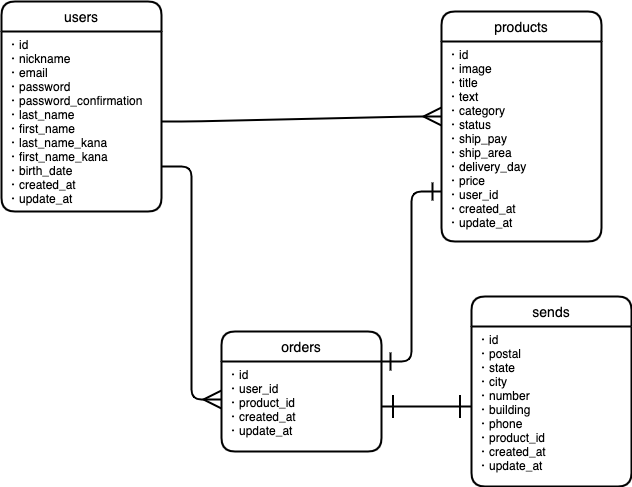
Earlier version of the draw.io export ER.dio.png (hatanotakahiro/furima-35279). Source tidied: cells renumbered, new cells last; positions are measured from the earlier drawing's top-left corner, leaving out a move shared by most shapes.
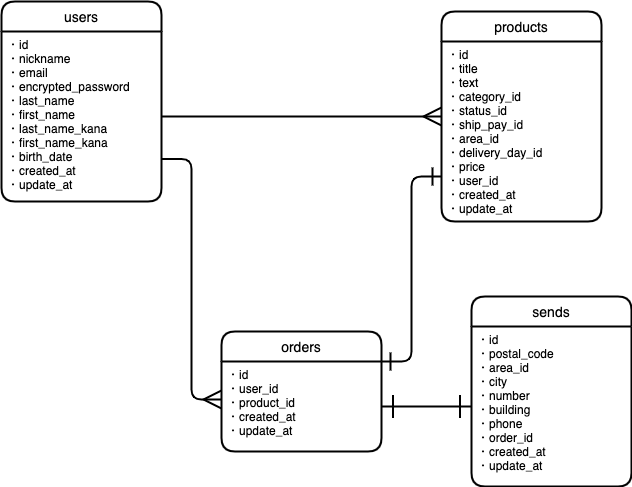
The same diagram one commit later.

What changed in the source:
```diff
@@ -3,10 +3,10 @@
     <mxCell id="0" />
     <mxCell id="1" parent="0" />
     <mxCell id="2" value="users" style="swimlane;horizontal=1;startSize=30;rounded=1;fontSize=14;fontStyle=0;strokeWidth=2;shadow=0;dashed=0;align=center;" parent="1" vertex="1">
-      <mxGeometry width="160" height="210" as="geometry" />
+      <mxGeometry width="160" height="200" as="geometry" />
     </mxCell>
-    <mxCell id="3" value="・id&#10;・nickname&#10;・email&#10;・password&#10;・password_confirmation&#10;・last_name&#10;・first_name&#10;・last_name_kana&#10;・first_name_kana&#10;・birth_date&#10;・created_at&#10;・update_at" style="align=left;strokeColor=none;fillColor=none;spacingLeft=4;fontSize=12;verticalAlign=top;" parent="2" vertex="1">
-      <mxGeometry y="30" width="160" height="180" as="geometry" />
+    <mxCell id="3" value="・id&#10;・nickname&#10;・email&#10;・encrypted_password&#10;・last_name&#10;・first_name&#10;・last_name_kana&#10;・first_name_kana&#10;・birth_date&#10;・created_at&#10;・update_at" style="align=left;strokeColor=none;fillColor=none;spacingLeft=4;fontSize=12;verticalAlign=top;" parent="2" vertex="1">
+      <mxGeometry y="30" width="160" height="170" as="geometry" />
     </mxCell>
     <mxCell id="4" style="edgeStyle=orthogonalEdgeStyle;rounded=0;orthogonalLoop=1;jettySize=auto;html=1;exitX=0.5;exitY=1;exitDx=0;exitDy=0;" parent="2" edge="1" source="3" target="3">
       <mxGeometry relative="1" as="geometry" />
@@ -15,15 +15,15 @@
       <mxGeometry relative="1" as="geometry" />
     </mxCell>
     <mxCell id="6" value="products" style="swimlane;horizontal=1;startSize=30;rounded=1;fontSize=14;fontStyle=0;strokeWidth=2;shadow=0;dashed=0;align=center;" parent="1" vertex="1">
-      <mxGeometry x="440" y="10" width="160" height="230" as="geometry" />
+      <mxGeometry x="440" y="10" width="160" height="210" as="geometry" />
     </mxCell>
-    <mxCell id="7" value="・id&#10;・image&#10;・title&#10;・text&#10;・category&#10;・status&#10;・ship_pay&#10;・ship_area&#10;・delivery_day&#10;・price&#10;・user_id&#10;・created_at&#10;・update_at&#10;" style="align=left;strokeColor=none;fillColor=none;spacingLeft=4;fontSize=12;verticalAlign=top;" parent="6" vertex="1">
-      <mxGeometry y="30" width="160" height="200" as="geometry" />
+    <mxCell id="7" value="・id&#10;・title&#10;・text&#10;・category_id&#10;・status_id&#10;・ship_pay_id&#10;・area_id&#10;・delivery_day_id&#10;・price&#10;・user_id&#10;・created_at&#10;・update_at&#10;" style="align=left;strokeColor=none;fillColor=none;spacingLeft=4;fontSize=12;verticalAlign=top;" parent="6" vertex="1">
+      <mxGeometry y="30" width="160" height="180" as="geometry" />
     </mxCell>
     <mxCell id="8" value="sends" style="swimlane;horizontal=1;startSize=30;rounded=1;fontSize=14;fontStyle=0;strokeWidth=2;shadow=0;dashed=0;align=center;" parent="1" vertex="1">
       <mxGeometry x="470" y="295" width="160" height="190" as="geometry" />
     </mxCell>
-    <mxCell id="9" value="・id&#10;・postal&#10;・state&#10;・city&#10;・number&#10;・building&#10;・phone&#10;・product_id&#10;・created_at&#10;・update_at&#10;" style="align=left;strokeColor=none;fillColor=none;spacingLeft=4;fontSize=12;verticalAlign=top;" parent="8" vertex="1">
+    <mxCell id="9" value="・id&#10;・postal_code&#10;・area_id&#10;・city&#10;・number&#10;・building&#10;・phone&#10;・order_id&#10;・created_at&#10;・update_at&#10;" style="align=left;strokeColor=none;fillColor=none;spacingLeft=4;fontSize=12;verticalAlign=top;" parent="8" vertex="1">
       <mxGeometry y="30" width="160" height="160" as="geometry" />
     </mxCell>
     <mxCell id="10" value="orders" style="swimlane;horizontal=1;startSize=30;rounded=1;fontSize=14;fontStyle=0;strokeWidth=2;shadow=0;dashed=0;align=center;" parent="1" vertex="1">
```
